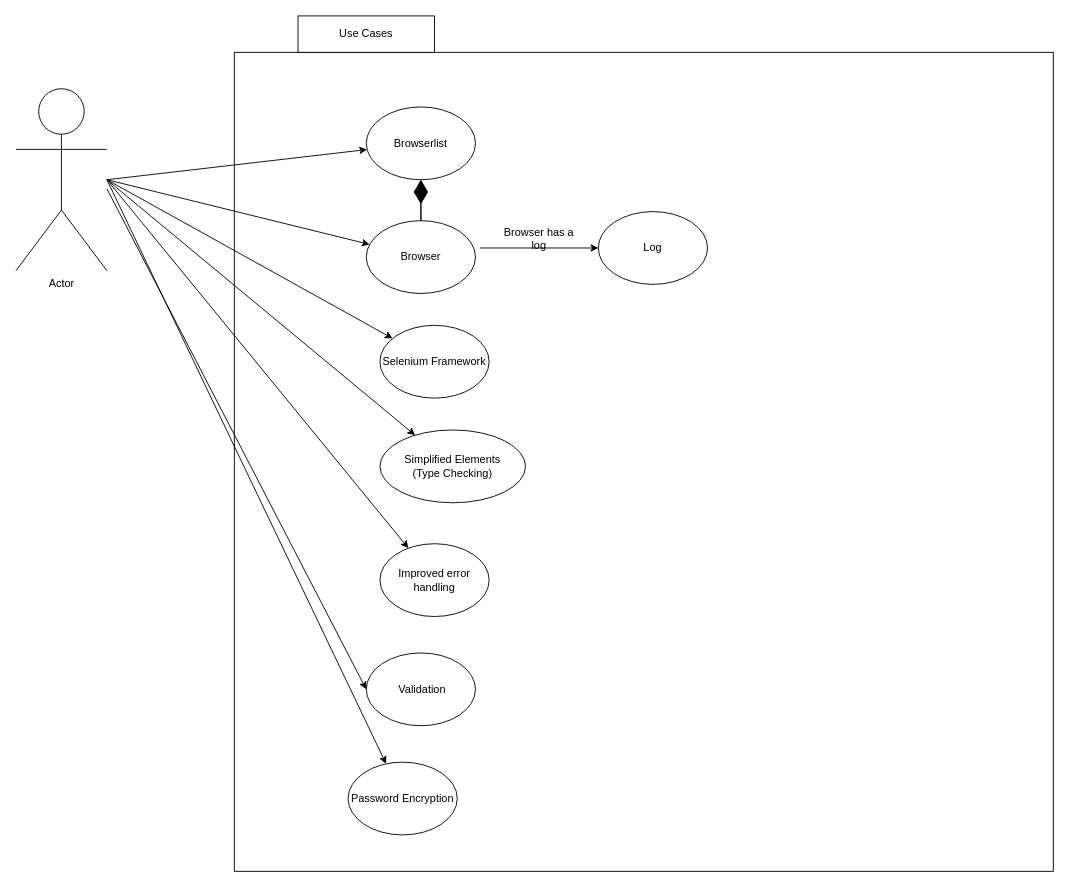
Earlier version of the draw.io diagram Untitled Diagram.drawio (AdamCopeland22/CS4227Project). Source tidied: cells renumbered, new cells numbered last; positions are measured from the earlier drawing's top-left corner, leaving out a move shared by most shapes. Both pictures are drawn from the tidied source at 91%, with x=0, y=0 at pixel (15, 15).
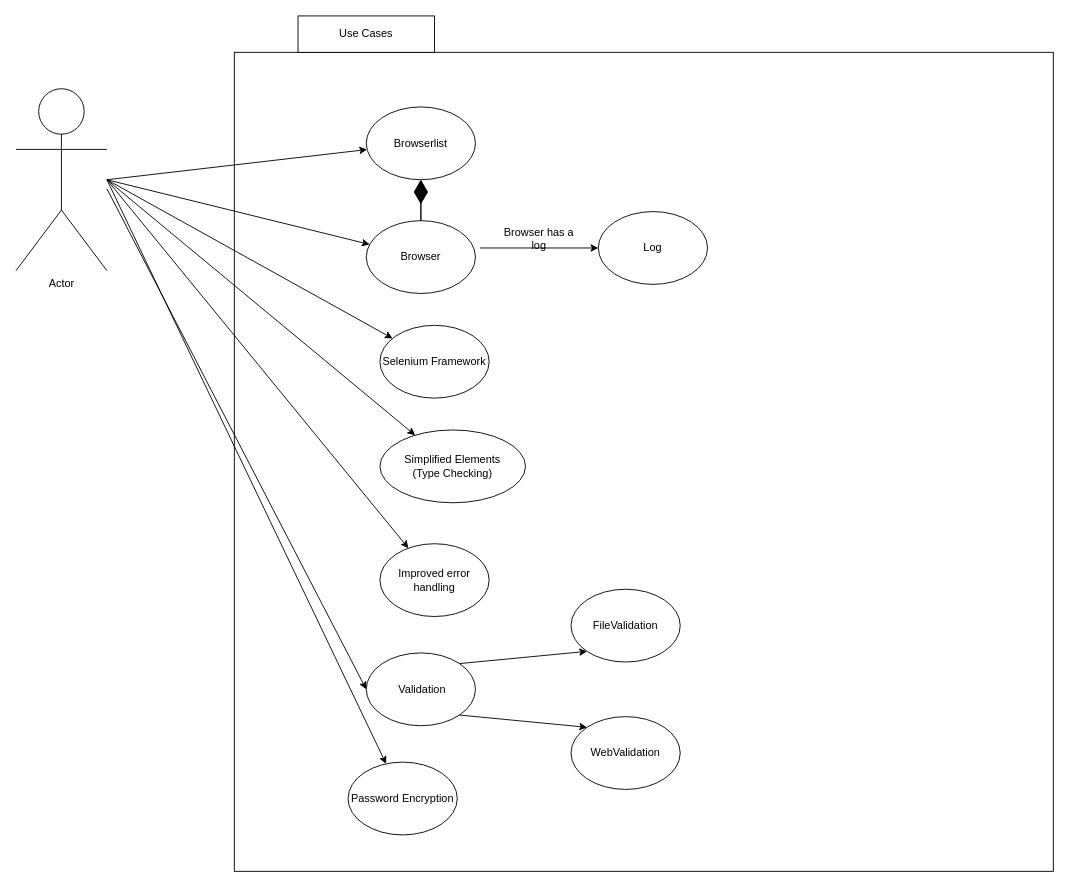
The same diagram, later.

Unchanged cells that the change refers to:
```xml
<mxCell id="21" value="&amp;nbsp;Validation" style="ellipse;whiteSpace=wrap;html=1;" parent="1" vertex="1">
  <mxGeometry x="385" y="700" width="120" height="80" as="geometry" />
</mxCell>
```

The edit, as a diff of the source:
```diff
@@
+    <mxCell id="25" style="endArrow=classic;html=1;exitX=1;exitY=0;exitDx=0;exitDy=0;entryX=0;entryY=1;entryDx=0;entryDy=0;" parent="1" edge="1" source="21" target="26">
+      <mxGeometry relative="1" as="geometry" />
+    </mxCell>
+    <mxCell id="26" style="ellipse;whiteSpace=wrap;html=1;" parent="1" vertex="1">
+      <mxGeometry x="610" y="630" width="120" height="80" as="geometry" />
+    </mxCell>
+    <mxCell id="27" style="ellipse;whiteSpace=wrap;html=1;" parent="1" vertex="1">
+      <mxGeometry x="610" y="770" width="120" height="80" as="geometry" />
+    </mxCell>
+    <mxCell id="28" style="endArrow=classic;html=1;exitX=1;exitY=1;exitDx=0;exitDy=0;entryX=0;entryY=0;entryDx=0;entryDy=0;" parent="1" edge="1" source="21" target="27">
+      <mxGeometry relative="1" as="geometry" />
+    </mxCell>
+    <mxCell id="29" value="FileValidation" style="text;html=1;strokeColor=none;fillColor=none;align=center;verticalAlign=middle;whiteSpace=wrap;rounded=0;" parent="1" vertex="1">
+      <mxGeometry x="650" y="660" width="40" height="20" as="geometry" />
+    </mxCell>
+    <mxCell id="30" value="WebValidation" style="text;html=1;strokeColor=none;fillColor=none;align=center;verticalAlign=middle;whiteSpace=wrap;rounded=0;" parent="1" vertex="1">
+      <mxGeometry x="650" y="800" width="40" height="20" as="geometry" />
+    </mxCell>
```
